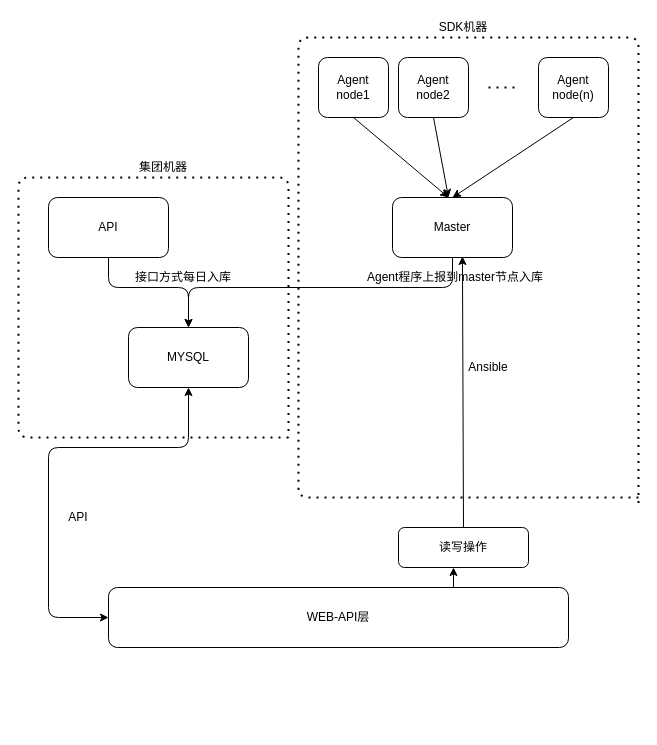
The draw.io diagram cmdbtomato.drawio in Henryblankwu/untitled7, before the edit. Source tidied: cells renumbered, new cells numbered last; positions are measured from the earlier drawing's top-left corner, leaving out a move shared by most shapes. Both pictures are drawn from the tidied source at 100%, with x=0, y=0 at pixel (18, 17).
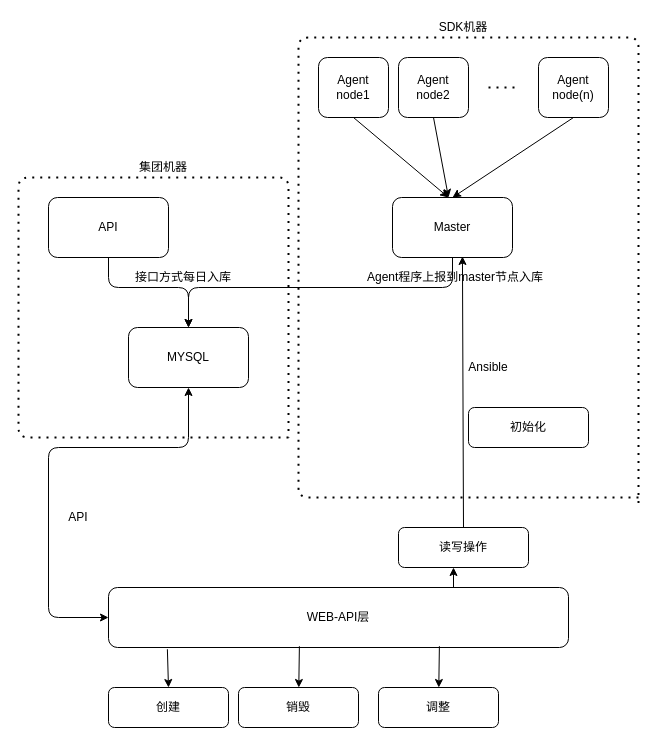
The same diagram, later.

The change refers to these unchanged cells:
```xml
<mxCell id="20" value="WEB-API层" style="rounded=1;whiteSpace=wrap;html=1;" parent="1" vertex="1">
  <mxGeometry x="90" y="570" width="460" height="60" as="geometry" />
</mxCell>
```

The edit, as a diff of the source:
```diff
@@
+    <mxCell id="27" value="创建" style="rounded=1;whiteSpace=wrap;html=1;" parent="1" vertex="1">
+      <mxGeometry x="90" y="670" width="120" height="40" as="geometry" />
+    </mxCell>
+    <mxCell id="28" value="销毁" style="rounded=1;whiteSpace=wrap;html=1;" parent="1" vertex="1">
+      <mxGeometry x="220" y="670" width="120" height="40" as="geometry" />
+    </mxCell>
+    <mxCell id="29" value="初始化" style="rounded=1;whiteSpace=wrap;html=1;" parent="1" vertex="1">
+      <mxGeometry x="450" y="390" width="120" height="40" as="geometry" />
+    </mxCell>
+    <mxCell id="30" style="endArrow=classic;html=1;entryX=0.5;entryY=0;entryDx=0;entryDy=0;exitX=0.128;exitY=1.029;exitDx=0;exitDy=0;exitPerimeter=0;" parent="1" edge="1" source="20" target="27">
+      <mxGeometry relative="1" as="geometry" />
+    </mxCell>
+    <mxCell id="31" style="endArrow=classic;html=1;exitX=0.415;exitY=0.979;exitDx=0;exitDy=0;exitPerimeter=0;" parent="1" edge="1" source="20" target="28">
+      <mxGeometry relative="1" as="geometry" />
+    </mxCell>
+    <mxCell id="32" value="调整" style="rounded=1;whiteSpace=wrap;html=1;" parent="1" vertex="1">
+      <mxGeometry x="360" y="670" width="120" height="40" as="geometry" />
+    </mxCell>
+    <mxCell id="33" style="endArrow=classic;html=1;exitX=0.415;exitY=0.979;exitDx=0;exitDy=0;exitPerimeter=0;" parent="1" edge="1" target="32">
+      <mxGeometry relative="1" as="geometry">
+        <mxPoint x="420.9" y="628.7" as="sourcePoint" />
+      </mxGeometry>
+    </mxCell>
```
